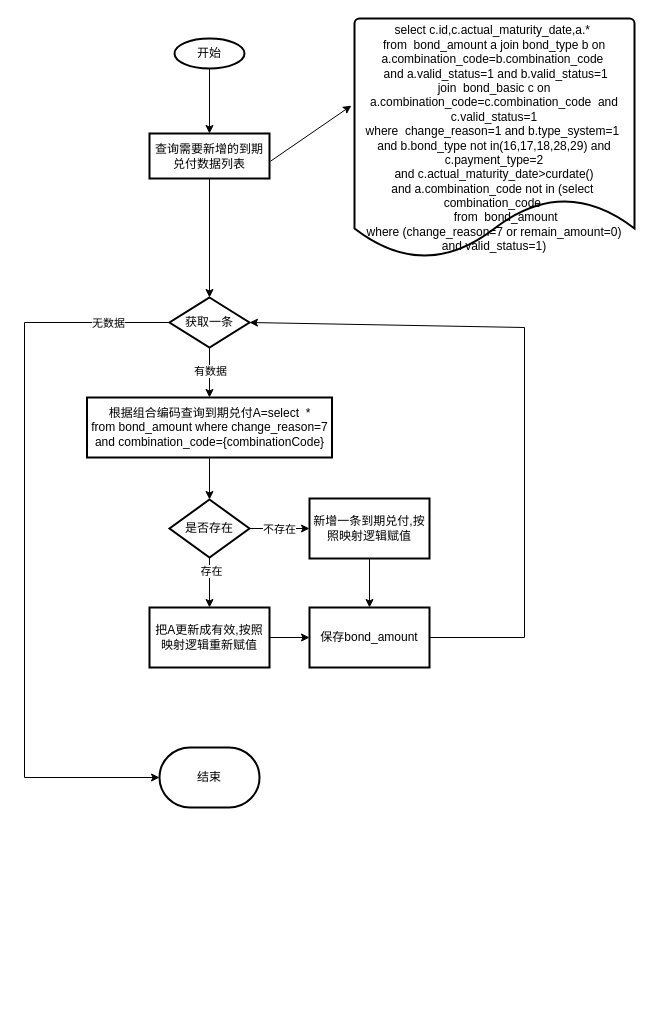
Earlier version of the draw.io diagram bondAmount到期兑付.drawio (xbluckly/test). Source tidied: cells renumbered, new cells numbered last; positions are measured from the earlier drawing's top-left corner, leaving out a move shared by most shapes. Both pictures are drawn from the tidied source at 100%, with x=0, y=0 at pixel (24, 18).
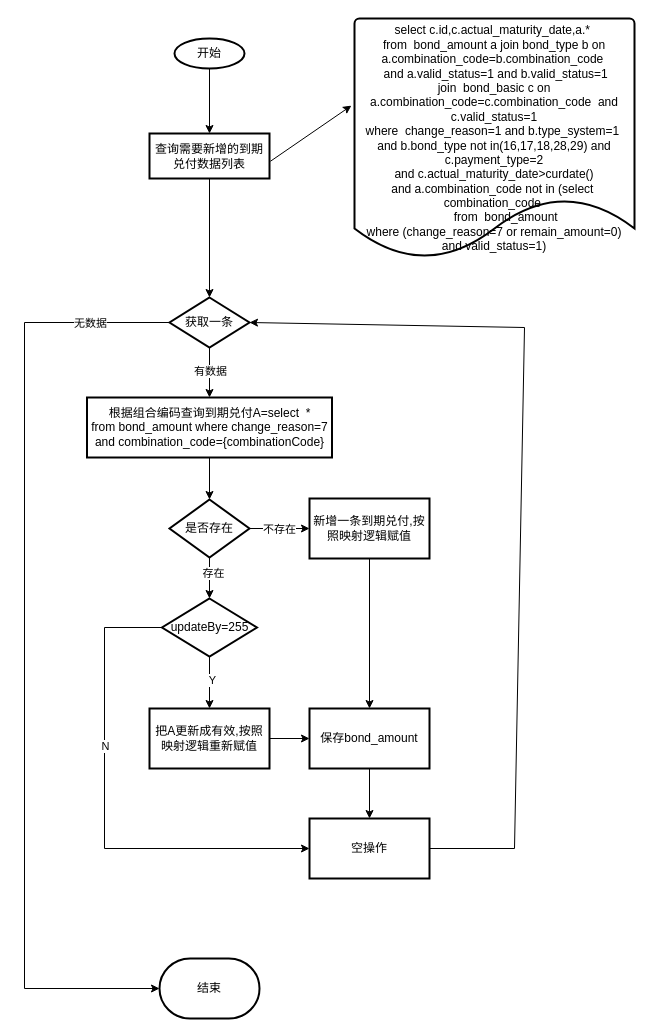
Above is the later version.

Commit message:
更新bondAmount到期兑付.drawio

Unchanged cells that the change refers to:
```xml
<mxCell id="12" value="获取一条" style="rhombus;whiteSpace=wrap;html=1;strokeWidth=2;" parent="1" vertex="1">
  <mxGeometry x="145" y="279" width="80" height="50" as="geometry" />
</mxCell>
<mxCell id="19" value="是否存在" style="rhombus;whiteSpace=wrap;html=1;strokeWidth=2;" parent="1" vertex="1">
  <mxGeometry x="145" y="481" width="80" height="58" as="geometry" />
</mxCell>
```

Diff of the diagram source:
```diff
@@
     <mxCell id="10" style="edgeStyle=orthogonalEdgeStyle;rounded=0;jettySize=auto;html=1;entryX=0;entryY=0.5;entryDx=0;entryDy=0;entryPerimeter=0;exitX=0;exitY=0.5;exitDx=0;exitDy=0;" parent="1" edge="1" source="12" target="26">
       <mxGeometry relative="1" as="geometry">
         <Array as="points">
           <mxPoint y="304" />
-          <mxPoint y="759" />
+          <mxPoint y="970" />
         </Array>
       </mxGeometry>
     </mxCell>
@@
-    <mxCell id="15" style="edgeStyle=orthogonalEdgeStyle;rounded=0;jettySize=auto;html=1;" parent="1" edge="1" source="19" target="21">
-      <mxGeometry relative="1" as="geometry" />
-    </mxCell>
-    <mxCell id="16" value="存在" style="edgeLabel;html=1;align=center;verticalAlign=middle;" parent="15" vertex="1">
-      <mxGeometry x="-0.48" y="1" relative="1" as="geometry" />
-    </mxCell>
@@
+    <mxCell id="27" style="edgeStyle=orthogonalEdgeStyle;rounded=0;jettySize=auto;html=1;" parent="1" edge="1" source="19" target="33">
+      <mxGeometry relative="1" as="geometry" />
+    </mxCell>
+    <mxCell id="16" value="存在" style="edgeLabel;html=1;align=center;verticalAlign=middle;" parent="27" vertex="1">
+      <mxGeometry x="-0.25" y="3" relative="1" as="geometry" />
+    </mxCell>
@@
     <mxCell id="21" value="把A更新成有效,按照映射逻辑重新赋值" style="whiteSpace=wrap;html=1;strokeWidth=2;" parent="1" vertex="1">
-      <mxGeometry x="125" y="589" width="120" height="60" as="geometry" />
+      <mxGeometry x="125" y="690" width="120" height="60" as="geometry" />
     </mxCell>
@@
+    <mxCell id="28" style="edgeStyle=orthogonalEdgeStyle;rounded=0;jettySize=auto;html=1;" parent="1" edge="1" source="24" target="34">
+      <mxGeometry relative="1" as="geometry" />
+    </mxCell>
     <mxCell id="24" value="保存bond_amount" style="whiteSpace=wrap;html=1;strokeWidth=2;" parent="1" vertex="1">
-      <mxGeometry x="285" y="589" width="120" height="60" as="geometry" />
+      <mxGeometry x="285" y="690" width="120" height="60" as="geometry" />
     </mxCell>
-    <mxCell id="25" style="endArrow=classic;html=1;rounded=0;entryX=1;entryY=0.5;entryDx=0;entryDy=0;" parent="1" edge="1" target="12">
+    <mxCell id="25" style="endArrow=classic;html=1;rounded=0;entryX=1;entryY=0.5;entryDx=0;entryDy=0;exitX=1;exitY=0.5;exitDx=0;exitDy=0;" parent="1" edge="1" source="34" target="12">
       <mxGeometry relative="1" as="geometry">
-        <mxPoint x="405" y="619" as="sourcePoint" />
         <Array as="points">
-          <mxPoint x="500" y="619" />
+          <mxPoint x="490" y="830" />
           <mxPoint x="500" y="309" />
         </Array>
       </mxGeometry>
     </mxCell>
     <mxCell id="26" value="结束" style="strokeWidth=2;html=1;shape=mxgraph.flowchart.terminator;whiteSpace=wrap;" parent="1" vertex="1">
-      <mxGeometry x="135" y="729" width="100" height="60" as="geometry" />
+      <mxGeometry x="135" y="940" width="100" height="60" as="geometry" />
     </mxCell>
+    <mxCell id="29" style="edgeStyle=orthogonalEdgeStyle;rounded=0;jettySize=auto;html=1;" parent="1" edge="1" source="33" target="21">
+      <mxGeometry relative="1" as="geometry" />
+    </mxCell>
+    <mxCell id="30" value="Y" style="edgeLabel;html=1;align=center;verticalAlign=middle;" parent="29" vertex="1">
+      <mxGeometry x="-0.12" y="2" relative="1" as="geometry" />
+    </mxCell>
+    <mxCell id="31" style="edgeStyle=orthogonalEdgeStyle;rounded=0;jettySize=auto;html=1;entryX=0;entryY=0.5;entryDx=0;entryDy=0;exitX=0;exitY=0.5;exitDx=0;exitDy=0;" parent="1" edge="1" source="33" target="34">
+      <mxGeometry relative="1" as="geometry">
+        <Array as="points">
+          <mxPoint x="80" y="609" />
+          <mxPoint x="80" y="830" />
+        </Array>
+      </mxGeometry>
+    </mxCell>
+    <mxCell id="32" value="N" style="edgeLabel;html=1;align=center;verticalAlign=middle;" parent="31" vertex="1">
+      <mxGeometry x="-0.27" relative="1" as="geometry" />
+    </mxCell>
+    <mxCell id="33" value="updateBy=255" style="rhombus;whiteSpace=wrap;html=1;strokeWidth=2;" parent="1" vertex="1">
+      <mxGeometry x="137.5" y="580" width="95" height="58" as="geometry" />
+    </mxCell>
+    <mxCell id="34" value="空操作" style="whiteSpace=wrap;html=1;strokeWidth=2;" parent="1" vertex="1">
+      <mxGeometry x="285" y="800" width="120" height="60" as="geometry" />
+    </mxCell>
```
